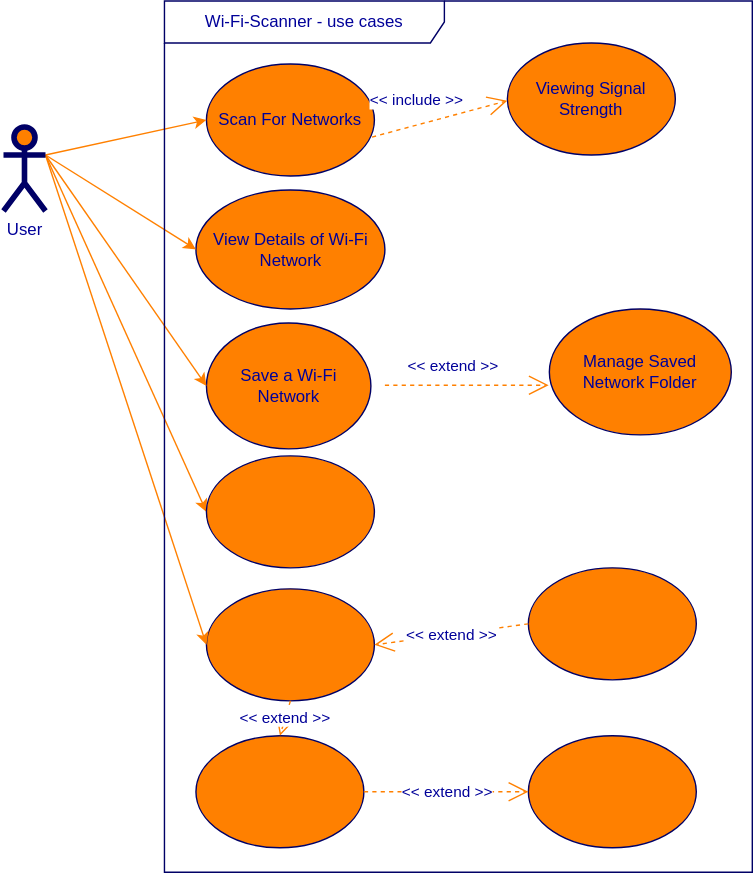
catoja1107/WifiScan keeps this draw.io diagram as Use_Case.drawio.svg. Above is the earlier version. Source tidied: cells renumbered, new cells last; positions are measured from the earlier drawing's top-left corner, leaving out a move shared by most shapes.
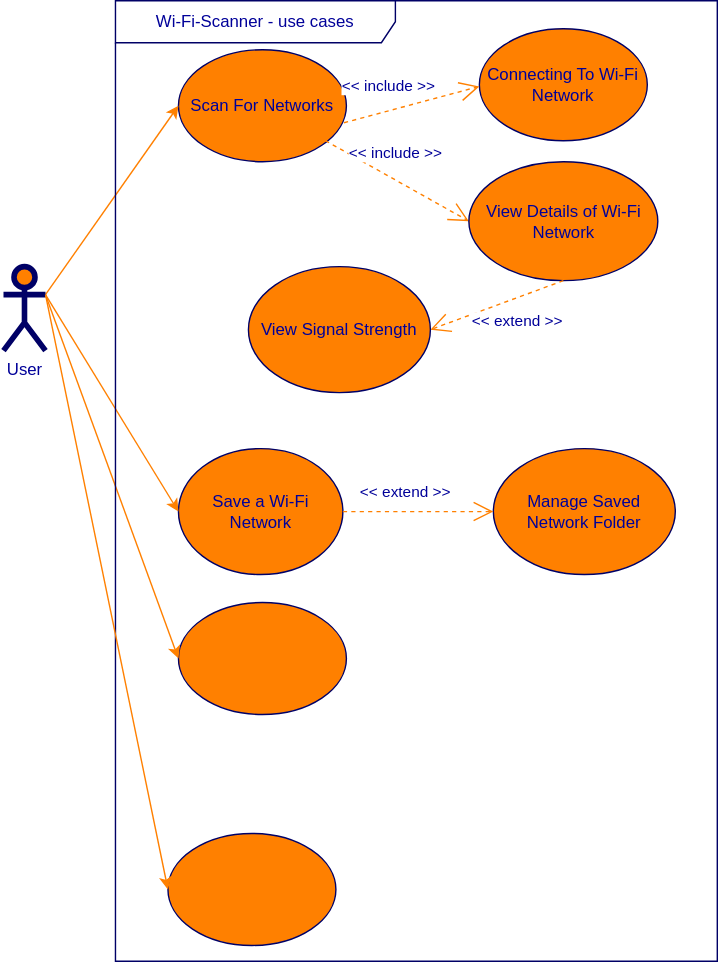
Later version of the same file.

Change to the diagram source:
```diff
@@ -5,36 +5,21 @@
     <mxCell id="2" value="Scan For Networks" style="ellipse;whiteSpace=wrap;html=1;fillColor=#FF8000;strokeColor=#000066;fontColor=#000099;" parent="1" vertex="1">
       <mxGeometry x="145" y="45" width="120" height="80" as="geometry" />
     </mxCell>
-    <mxCell id="3" value="View Details of Wi-Fi Network" style="ellipse;whiteSpace=wrap;html=1;fillColor=#FF8000;strokeColor=#000066;fontColor=#000099;" parent="1" vertex="1">
-      <mxGeometry x="137.5" y="135" width="135" height="85" as="geometry" />
-    </mxCell>
     <mxCell id="4" value="Save a Wi-Fi Network" style="ellipse;whiteSpace=wrap;html=1;fillColor=#FF8000;strokeColor=#000066;fontColor=#000099;" parent="1" vertex="1">
-      <mxGeometry x="145" y="230" width="117.5" height="90" as="geometry" />
+      <mxGeometry x="145" y="330" width="117.5" height="90" as="geometry" />
     </mxCell>
-    <mxCell id="5" value="Viewing Signal Strength" style="ellipse;whiteSpace=wrap;html=1;fillColor=#FF8000;strokeColor=#000066;fontColor=#000099;" parent="1" vertex="1">
+    <mxCell id="5" value="Connecting To Wi-Fi Network" style="ellipse;whiteSpace=wrap;html=1;fillColor=#FF8000;strokeColor=#000066;fontColor=#000099;" parent="1" vertex="1">
       <mxGeometry x="360" y="30" width="120" height="80" as="geometry" />
     </mxCell>
     <mxCell id="6" style="ellipse;whiteSpace=wrap;html=1;fillColor=#FF8000;strokeColor=#000066;fontColor=#000099;" parent="1" vertex="1">
-      <mxGeometry x="145" y="420" width="120" height="80" as="geometry" />
+      <mxGeometry x="145" y="440" width="120" height="80" as="geometry" />
     </mxCell>
     <mxCell id="7" style="ellipse;whiteSpace=wrap;html=1;fillColor=#FF8000;strokeColor=#000066;fontColor=#000099;" parent="1" vertex="1">
-      <mxGeometry x="137.5" y="525" width="120" height="80" as="geometry" />
+      <mxGeometry x="137.5" y="605" width="120" height="80" as="geometry" />
     </mxCell>
-    <mxCell id="8" style="ellipse;whiteSpace=wrap;html=1;fillColor=#FF8000;strokeColor=#000066;fontColor=#000099;" parent="1" vertex="1">
-      <mxGeometry x="375" y="405" width="120" height="80" as="geometry" />
-    </mxCell>
-    <mxCell id="9" style="ellipse;whiteSpace=wrap;html=1;fillColor=#FF8000;strokeColor=#000066;fontColor=#000099;" parent="1" vertex="1">
-      <mxGeometry x="375" y="525" width="120" height="80" as="geometry" />
-    </mxCell>
     <mxCell id="10" style="html=1;exitX=1;exitY=0.3333333333333333;exitPerimeter=0;entryX=0;entryY=0.5;jettySize=auto;fillColor=#f8cecc;strokeColor=#FF8000;curved=1;fontColor=#000099;" parent="1" edge="1" source="15" target="2">
       <mxGeometry relative="1" as="geometry" />
     </mxCell>
-    <mxCell id="11" style="html=1;exitX=1;exitY=0.3333333333333333;exitPerimeter=0;entryX=0;entryY=0.5;jettySize=auto;curved=1;fontColor=#000099;strokeColor=#FF8000;" parent="1" edge="1" source="15" target="3">
-      <mxGeometry relative="1" as="geometry" />
-    </mxCell>
-    <mxCell id="12" style="rounded=0;html=1;exitX=1;exitY=0.3333333333333333;exitPerimeter=0;entryX=0;entryY=0.5;jettySize=auto;fontColor=#000099;strokeColor=#FF8000;" parent="1" edge="1" source="15" target="18">
-      <mxGeometry relative="1" as="geometry" />
-    </mxCell>
     <mxCell id="13" style="edgeStyle=none;curved=1;html=1;exitX=1;exitY=0.3333333333333333;exitPerimeter=0;entryX=0;entryY=0.5;jettySize=auto;strokeColor=#FF8000;fontColor=#000099;" parent="1" edge="1" source="15" target="4">
       <mxGeometry relative="1" as="geometry" />
     </mxCell>
@@ -42,41 +27,43 @@
       <mxGeometry relative="1" as="geometry" />
     </mxCell>
     <mxCell id="15" value="User" style="shape=umlActor;verticalLabelPosition=bottom;labelBackgroundColor=#ffffff;verticalAlign=top;html=1;strokeWidth=4;fillColor=#FF8000;strokeColor=#000066;fontColor=#000099;" parent="1" vertex="1">
-      <mxGeometry y="90" width="30" height="60" as="geometry" />
+      <mxGeometry x="20" y="200" width="30" height="60" as="geometry" />
     </mxCell>
-    <mxCell id="16" value="&amp;lt;&amp;lt; extend &amp;gt;&amp;gt;" style="endArrow=open;endSize=12;dashed=1;html=1;exitX=0;exitY=0.5;entryX=1;entryY=0.5;fontColor=#000099;strokeColor=#FF8000;" parent="1" edge="1" source="8" target="6">
-      <mxGeometry relative="1" as="geometry" />
-    </mxCell>
     <mxCell id="17" value="Wi-Fi-Scanner - use cases" style="shape=umlFrame;whiteSpace=wrap;html=1;strokeWidth=1;fillColor=none;width=200;height=30;fontColor=#000099;strokeColor=#000066;" parent="1" vertex="1">
-      <mxGeometry x="115" width="420" height="622.5" as="geometry" />
+      <mxGeometry x="100" y="10" width="430" height="686.2" as="geometry" />
     </mxCell>
-    <mxCell id="18" style="ellipse;whiteSpace=wrap;html=1;fillColor=#FF8000;strokeColor=#000066;fontColor=#000099;" parent="1" vertex="1">
-      <mxGeometry x="145" y="325" width="120" height="80" as="geometry" />
-    </mxCell>
     <mxCell id="19" value="&amp;lt;&amp;lt; include &amp;gt;&amp;gt;" style="endArrow=open;endSize=12;dashed=1;html=1;exitX=1;exitY=0.5;entryX=0;entryY=0.5;fontColor=#000099;strokeColor=#FF8000;" parent="1" edge="1">
       <mxGeometry x="-0.18" y="17" relative="1" as="geometry">
         <mxPoint x="257.5" y="98.8" as="sourcePoint" />
         <mxPoint x="360" y="71.2" as="targetPoint" />
       </mxGeometry>
     </mxCell>
-    <mxCell id="20" value="&amp;lt;&amp;lt; extend &amp;gt;&amp;gt;" style="endArrow=open;endSize=12;dashed=1;html=1;exitX=1;exitY=0.5;entryX=0;entryY=0.5;fontColor=#000099;strokeColor=#FF8000;" parent="1" edge="1" source="7" target="9">
-      <mxGeometry relative="1" as="geometry" />
-    </mxCell>
-    <mxCell id="21" value="&amp;lt;&amp;lt; extend &amp;gt;&amp;gt;" style="endArrow=open;endSize=12;dashed=1;html=1;exitX=0.5;exitY=1;entryX=0.5;entryY=0;fontColor=#000099;strokeColor=#FF8000;" parent="1" edge="1" source="6" target="7">
-      <mxGeometry relative="1" as="geometry" />
-    </mxCell>
     <mxCell id="22" value="Manage Saved Network Folder" style="ellipse;whiteSpace=wrap;html=1;fillColor=#FF8000;strokeColor=#000066;fontColor=#000099;" parent="1" vertex="1">
-      <mxGeometry x="390" y="220" width="130" height="90" as="geometry" />
+      <mxGeometry x="370" y="330" width="130" height="90" as="geometry" />
     </mxCell>
-    <mxCell id="23" value="&amp;lt;&amp;lt; extend &amp;gt;&amp;gt;" style="endArrow=open;endSize=12;dashed=1;html=1;exitX=1;exitY=0.5;entryX=0;entryY=0.5;fontColor=#000099;strokeColor=#FF8000;" parent="1" edge="1">
+    <mxCell id="23" value="&amp;lt;&amp;lt; extend &amp;gt;&amp;gt;" style="endArrow=open;endSize=12;dashed=1;html=1;exitX=1;exitY=0.5;entryX=0;entryY=0.5;fontColor=#000099;strokeColor=#FF8000;entryDx=0;entryDy=0;exitDx=0;exitDy=0;" parent="1" edge="1" source="4" target="22">
       <mxGeometry x="-0.19" y="15" relative="1" as="geometry">
-        <mxPoint x="272.5" y="274.5" as="sourcePoint" />
-        <mxPoint x="389.5" y="274.5" as="targetPoint" />
-        <Array as="points">
-          <mxPoint x="332.5" y="274.5" />
-        </Array>
         <mxPoint y="1" as="offset" />
       </mxGeometry>
     </mxCell>
+    <mxCell id="24" value="&amp;lt;&amp;lt; include &amp;gt;&amp;gt;" style="endArrow=open;endSize=12;dashed=1;html=1;exitX=1;exitY=0.5;fontColor=#000099;strokeColor=#FF8000;entryX=0;entryY=0.5;entryDx=0;entryDy=0;" parent="1" edge="1" target="3">
+      <mxGeometry x="-0.18" y="17" relative="1" as="geometry">
+        <mxPoint x="250" y="110" as="sourcePoint" />
+      </mxGeometry>
+    </mxCell>
+    <mxCell id="3" value="View Details of Wi-Fi Network" style="ellipse;whiteSpace=wrap;html=1;fillColor=#FF8000;strokeColor=#000066;fontColor=#000099;" parent="1" vertex="1">
+      <mxGeometry x="352.5" y="125" width="135" height="85" as="geometry" />
+    </mxCell>
+    <mxCell id="25" value="&amp;lt;&amp;lt; extend &amp;gt;&amp;gt;" style="endArrow=open;endSize=12;dashed=1;html=1;exitX=0.5;exitY=1;entryX=1;entryY=0.5;fontColor=#000099;strokeColor=#FF8000;entryDx=0;entryDy=0;exitDx=0;exitDy=0;" parent="1" edge="1" source="3" target="26">
+      <mxGeometry x="-0.19" y="15" relative="1" as="geometry">
+        <mxPoint y="1" as="offset" />
+      </mxGeometry>
+    </mxCell>
+    <mxCell id="26" value="View Signal Strength" style="ellipse;whiteSpace=wrap;html=1;fillColor=#FF8000;strokeColor=#000066;fontColor=#000099;" parent="1" vertex="1">
+      <mxGeometry x="195" y="200" width="130" height="90" as="geometry" />
+    </mxCell>
+    <mxCell id="27" style="edgeStyle=none;curved=1;html=1;exitX=1;exitY=0.3333333333333333;exitPerimeter=0;jettySize=auto;strokeColor=#FF8000;entryX=0;entryY=0.5;fontColor=#000099;exitDx=0;exitDy=0;entryDx=0;entryDy=0;" parent="1" edge="1" source="15" target="7">
+      <mxGeometry relative="1" as="geometry" />
+    </mxCell>
   </root>
 </mxGraphModel>
```
